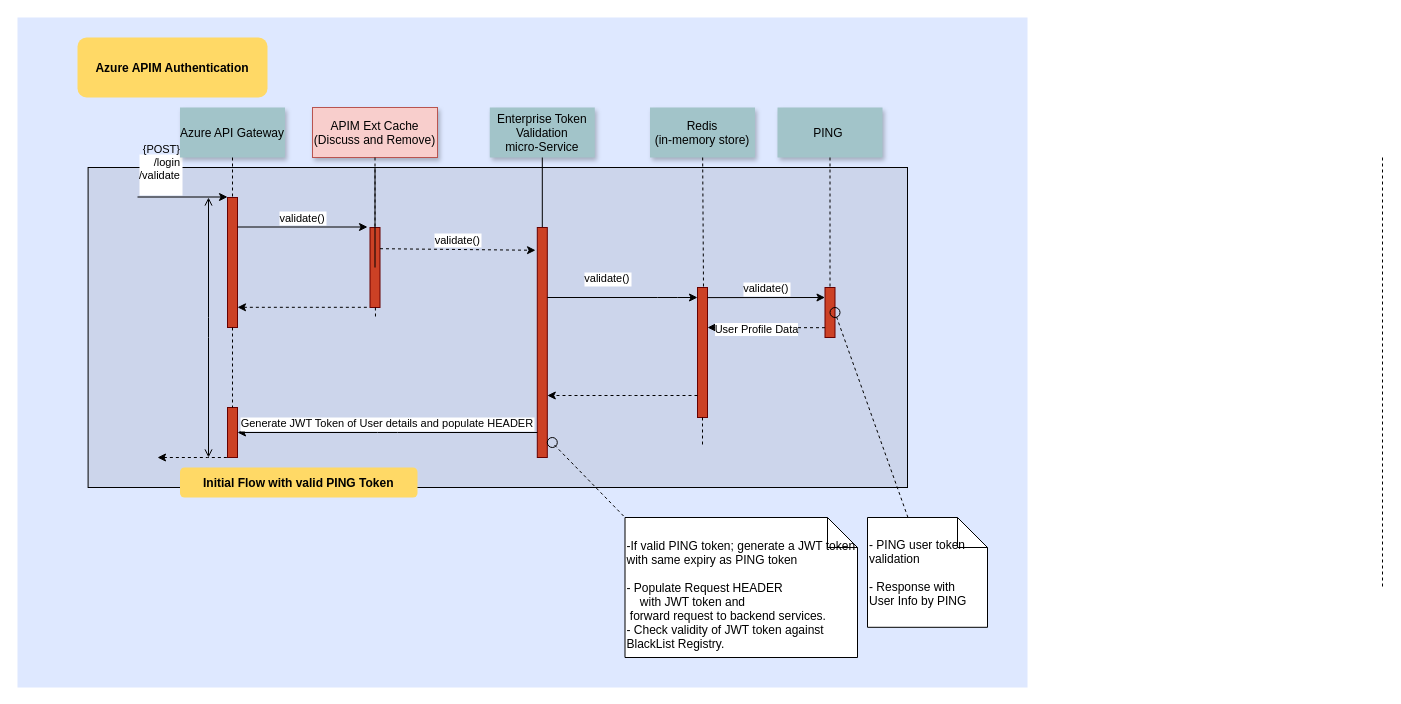
Before: page "Azure APIM Flow" (3 of 12) of Micro service Auth/Authorization.drawio in neio100/orange, a draw.io diagram. Source tidied: cells renumbered, new cells numbered last; positions are measured from the earlier drawing's top-left corner, leaving out a move shared by most shapes. Both pictures are drawn from the tidied source at 100%, with x=0, y=0 at pixel (17, 17).
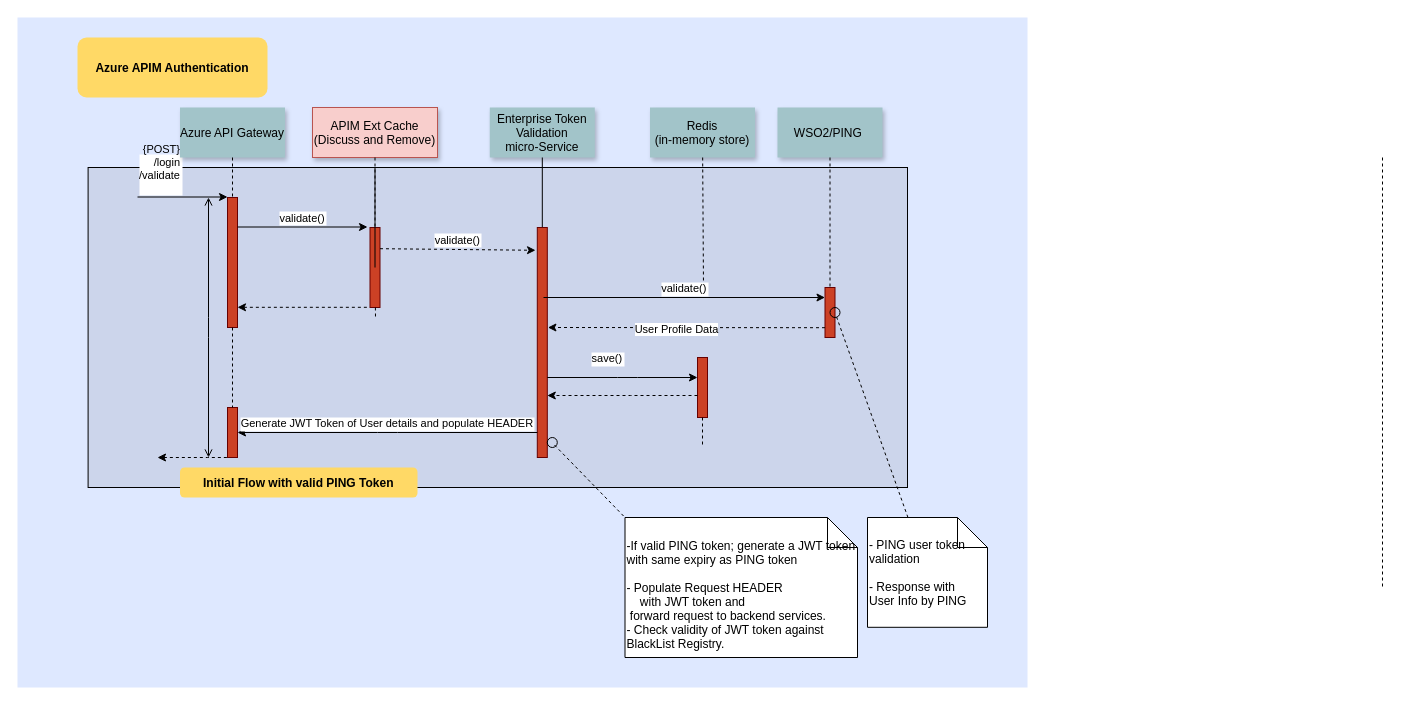
Above is the later version.

The change refers to these unchanged cells:
```xml
<mxCell id="16" style="fillColor=#CC4125;strokeColor=#660000;" parent="1" vertex="1">
  <mxGeometry x="519.8" y="210" width="10" height="230" as="geometry" />
</mxCell>
```

The edit, as a diff of the source:
```diff
@@
     <mxCell id="17" style="fillColor=#CC4125;strokeColor=#660000;" parent="1" vertex="1">
-      <mxGeometry x="680" y="270" width="10" height="130" as="geometry" />
+      <mxGeometry x="680" y="340" width="10" height="60" as="geometry" />
     </mxCell>
@@
-    <mxCell id="20" value="PING " style="shadow=1;fillColor=#A2C4C9;strokeColor=none;" parent="1" vertex="1">
+    <mxCell id="20" value="WSO2/PING " style="shadow=1;fillColor=#A2C4C9;strokeColor=none;" parent="1" vertex="1">
       <mxGeometry x="760" y="90" width="105" height="50" as="geometry" />
     </mxCell>
@@
-    <mxCell id="23" value="validate()" style="edgeStyle=elbowEdgeStyle;elbow=vertical;verticalLabelPosition=top;verticalAlign=bottom;" parent="1" edge="1" source="16" target="17">
+    <mxCell id="23" value="save()" style="edgeStyle=elbowEdgeStyle;elbow=vertical;verticalLabelPosition=top;verticalAlign=bottom;" parent="1" edge="1" source="16" target="17">
       <mxGeometry as="geometry">
         <Array as="points">
+          <mxPoint x="610" y="360" />
           <mxPoint x="650" y="280" />
           <mxPoint x="600" y="300" />
         </Array>
         <mxPoint x="-15" y="-10" as="offset" />
       </mxGeometry>
     </mxCell>
@@
     <mxCell id="26" value="validate()" style="edgeStyle=elbowEdgeStyle;elbow=vertical;verticalLabelPosition=top;verticalAlign=bottom;" parent="1" edge="1">
       <mxGeometry x="550" y="220.7" as="geometry">
-        <mxPoint x="690" y="280.1" as="sourcePoint" />
+        <mxPoint x="526" y="280" as="sourcePoint" />
         <mxPoint x="807.5" y="280.1" as="targetPoint" />
       </mxGeometry>
     </mxCell>
-    <mxCell id="27" style="edgeStyle=elbowEdgeStyle;elbow=vertical;dashed=1;verticalLabelPosition=bottom;verticalAlign=top;" parent="1" edge="1">
+    <mxCell id="27" style="edgeStyle=elbowEdgeStyle;elbow=vertical;dashed=1;verticalLabelPosition=bottom;verticalAlign=top;entryX=1.062;entryY=0.437;entryDx=0;entryDy=0;entryPerimeter=0;" parent="1" edge="1" target="16">
       <mxGeometry x="560" y="260.8" as="geometry">
         <mxPoint x="807.5" y="310.2" as="sourcePoint" />
-        <mxPoint x="690" y="310.2" as="targetPoint" />
       </mxGeometry>
     </mxCell>
```
